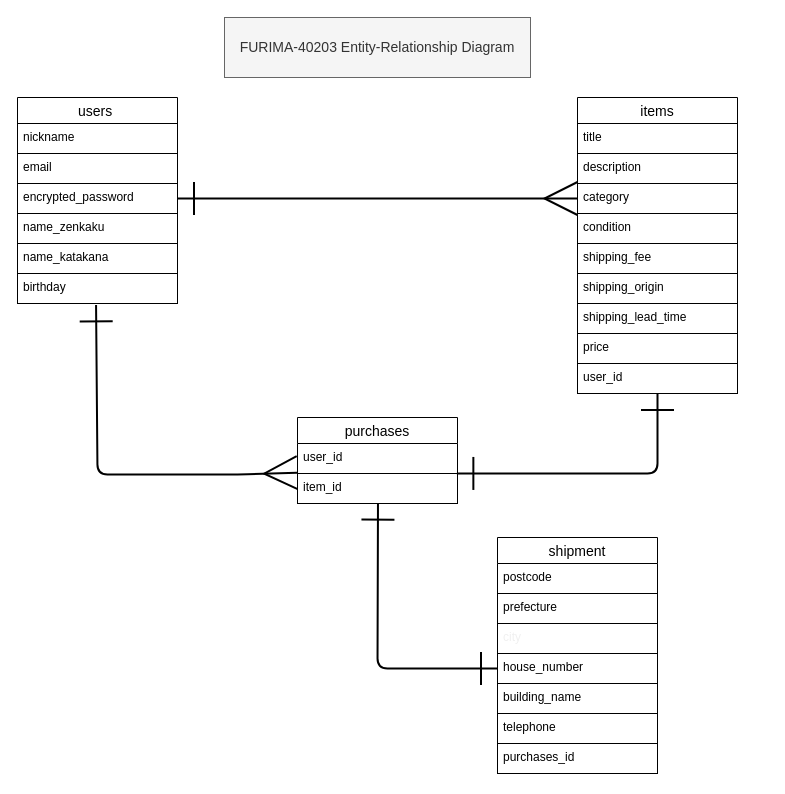
Above: FURIMA-40203.dio in Tatstar2023/furima-40203 (draw.io), before the change. Source tidied: cells renumbered, new cells numbered last; positions are measured from the earlier drawing's top-left corner, leaving out a move shared by most shapes. Both pictures are drawn from the tidied source at 100%, with x=0, y=0 at pixel (17, 17).
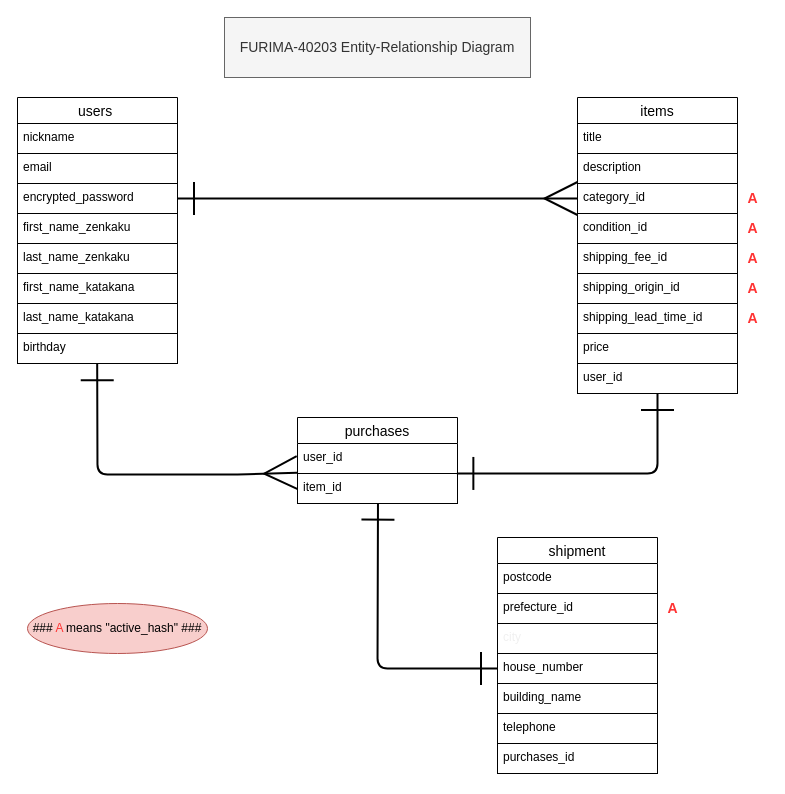
Above is the later version.

Commit message (it also covers changes not shown here):
指摘箇所修正（12/26 20:35）

Unchanged cells that the change refers to:
```xml
<mxCell id="19" value="item_id" style="text;strokeColor=default;fillColor=none;spacingLeft=4;spacingRight=4;overflow=hidden;points=[[0,0.5],[1,0.5]];portConstraint=eastwest;fontSize=12;" parent="1" vertex="1">
  <mxGeometry x="280" y="456" width="160" height="30" as="geometry" />
</mxCell>
```

What changed in the source:
```diff
@@
-    <mxCell id="8" value="name_zenkaku" style="text;strokeColor=default;fillColor=none;spacingLeft=4;spacingRight=4;overflow=hidden;fontSize=12;" parent="1" vertex="1">
+    <mxCell id="8" value="first_name_zenkaku" style="text;strokeColor=default;fillColor=none;spacingLeft=4;spacingRight=4;overflow=hidden;fontSize=12;" parent="1" vertex="1">
       <mxGeometry y="196" width="160" height="30" as="geometry" />
     </mxCell>
-    <mxCell id="9" value="name_katakana" style="text;strokeColor=default;fillColor=none;spacingLeft=4;spacingRight=4;overflow=hidden;fontSize=12;" parent="1" vertex="1">
+    <mxCell id="9" value="last_name_zenkaku" style="text;strokeColor=default;fillColor=none;spacingLeft=4;spacingRight=4;overflow=hidden;fontSize=12;" parent="1" vertex="1">
       <mxGeometry y="226" width="160" height="30" as="geometry" />
     </mxCell>
-    <mxCell id="10" value="birthday" style="text;strokeColor=default;fillColor=none;spacingLeft=4;spacingRight=4;overflow=hidden;points=[[0,0.5],[1,0.5]];portConstraint=eastwest;fontSize=12;" parent="1" vertex="1">
+    <mxCell id="10" value="first_name_katakana" style="text;strokeColor=default;fillColor=none;spacingLeft=4;spacingRight=4;overflow=hidden;points=[[0,0.5],[1,0.5]];portConstraint=eastwest;fontSize=12;" parent="1" vertex="1">
       <mxGeometry y="256" width="160" height="30" as="geometry" />
     </mxCell>
@@
-    <mxCell id="14" value="category" style="text;strokeColor=default;fillColor=none;spacingLeft=4;spacingRight=4;overflow=hidden;fontSize=12;" parent="1" vertex="1">
+    <mxCell id="14" value="category_id" style="text;strokeColor=default;fillColor=none;spacingLeft=4;spacingRight=4;overflow=hidden;fontSize=12;" parent="1" vertex="1">
       <mxGeometry x="560" y="166" width="160" height="30" as="geometry" />
     </mxCell>
-    <mxCell id="15" value="condition" style="text;strokeColor=default;fillColor=none;spacingLeft=4;spacingRight=4;overflow=hidden;fontSize=12;" parent="1" vertex="1">
+    <mxCell id="15" value="condition_id" style="text;strokeColor=default;fillColor=none;spacingLeft=4;spacingRight=4;overflow=hidden;fontSize=12;" parent="1" vertex="1">
       <mxGeometry x="560" y="196" width="160" height="30" as="geometry" />
     </mxCell>
-    <mxCell id="16" value="shipping_fee" style="text;strokeColor=default;fillColor=none;spacingLeft=4;spacingRight=4;overflow=hidden;fontSize=12;" parent="1" vertex="1">
+    <mxCell id="16" value="shipping_fee_id" style="text;strokeColor=default;fillColor=none;spacingLeft=4;spacingRight=4;overflow=hidden;fontSize=12;" parent="1" vertex="1">
       <mxGeometry x="560" y="226" width="160" height="30" as="geometry" />
     </mxCell>
@@
-    <mxCell id="18" value="shipping_origin" style="text;strokeColor=default;fillColor=none;spacingLeft=4;spacingRight=4;overflow=hidden;fontSize=12;" parent="1" vertex="1">
+    <mxCell id="18" value="shipping_origin_id" style="text;strokeColor=default;fillColor=none;spacingLeft=4;spacingRight=4;overflow=hidden;fontSize=12;" parent="1" vertex="1">
       <mxGeometry x="560" y="256" width="160" height="30" as="geometry" />
     </mxCell>
@@
-    <mxCell id="22" style="edgeStyle=none;html=1;strokeWidth=2;fontSize=14;fontColor=#000000;startArrow=ERone;startFill=0;endArrow=ERmany;endFill=0;startSize=30;endSize=30;entryX=-0.002;entryY=-0.026;entryDx=0;entryDy=0;entryPerimeter=0;exitX=0.491;exitY=1.049;exitDx=0;exitDy=0;exitPerimeter=0;" parent="1" edge="1" source="10" target="19">
+    <mxCell id="22" style="edgeStyle=none;html=1;strokeWidth=2;fontSize=14;fontColor=#000000;startArrow=ERone;startFill=0;endArrow=ERmany;endFill=0;startSize=30;endSize=30;entryX=-0.002;entryY=-0.026;entryDx=0;entryDy=0;entryPerimeter=0;exitX=0.498;exitY=1.007;exitDx=0;exitDy=0;exitPerimeter=0;" parent="1" edge="1" source="36" target="19">
       <mxGeometry relative="1" as="geometry">
         <Array as="points">
           <mxPoint x="80" y="457" />
           <mxPoint x="220" y="457" />
         </Array>
       </mxGeometry>
     </mxCell>
@@
-    <mxCell id="25" value="prefecture" style="text;strokeColor=default;fillColor=none;spacingLeft=4;spacingRight=4;overflow=hidden;fontSize=12;" parent="1" vertex="1">
+    <mxCell id="25" value="prefecture_id" style="text;strokeColor=default;fillColor=none;spacingLeft=4;spacingRight=4;overflow=hidden;fontSize=12;" parent="1" vertex="1">
       <mxGeometry x="480" y="576" width="160" height="30" as="geometry" />
     </mxCell>
@@
-    <mxCell id="27" value="shipping_lead_time" style="text;strokeColor=default;fillColor=none;spacingLeft=4;spacingRight=4;overflow=hidden;fontSize=12;" parent="1" vertex="1">
+    <mxCell id="27" value="shipping_lead_time_id" style="text;strokeColor=default;fillColor=none;spacingLeft=4;spacingRight=4;overflow=hidden;fontSize=12;" parent="1" vertex="1">
       <mxGeometry x="560" y="286" width="160" height="30" as="geometry" />
     </mxCell>
@@
+    <mxCell id="35" value="last_name_katakana" style="text;strokeColor=default;fillColor=none;spacingLeft=4;spacingRight=4;overflow=hidden;fontSize=12;" parent="1" vertex="1">
+      <mxGeometry y="286" width="160" height="30" as="geometry" />
+    </mxCell>
+    <mxCell id="36" value="birthday" style="text;strokeColor=default;fillColor=none;spacingLeft=4;spacingRight=4;overflow=hidden;points=[[0,0.5],[1,0.5]];portConstraint=eastwest;fontSize=12;" parent="1" vertex="1">
+      <mxGeometry y="316" width="160" height="30" as="geometry" />
+    </mxCell>
+    <mxCell id="37" value="### &lt;font color=&quot;#ff3333&quot;&gt;A&lt;/font&gt; means &quot;active_hash&quot;&amp;nbsp;###" style="ellipse;whiteSpace=wrap;html=1;strokeColor=#b85450;fontSize=12;fillColor=#f8cecc;fontColor=#000000;" parent="1" vertex="1">
+      <mxGeometry x="10" y="586" width="180" height="50" as="geometry" />
+    </mxCell>
+    <mxCell id="38" value="&lt;font color=&quot;#ff3333&quot; style=&quot;font-size: 14px;&quot;&gt;A&lt;/font&gt;" style="text;html=1;align=center;verticalAlign=middle;strokeColor=none;fillColor=none;fontSize=14;fontColor=#000000;fontStyle=1;" parent="1" vertex="1">
+      <mxGeometry x="720" y="166" width="30" height="30" as="geometry" />
+    </mxCell>
+    <mxCell id="39" value="&lt;font color=&quot;#ff3333&quot; style=&quot;font-size: 14px;&quot;&gt;A&lt;/font&gt;" style="text;html=1;align=center;verticalAlign=middle;strokeColor=none;fillColor=none;fontSize=14;fontColor=#000000;fontStyle=1;" parent="1" vertex="1">
+      <mxGeometry x="720" y="196" width="30" height="30" as="geometry" />
+    </mxCell>
+    <mxCell id="40" value="&lt;font color=&quot;#ff3333&quot; style=&quot;font-size: 14px;&quot;&gt;A&lt;/font&gt;" style="text;html=1;align=center;verticalAlign=middle;strokeColor=none;fillColor=none;fontSize=14;fontColor=#000000;fontStyle=1;" parent="1" vertex="1">
+      <mxGeometry x="720" y="226" width="30" height="30" as="geometry" />
+    </mxCell>
+    <mxCell id="41" value="&lt;font color=&quot;#ff3333&quot; style=&quot;font-size: 14px;&quot;&gt;A&lt;/font&gt;" style="text;html=1;align=center;verticalAlign=middle;strokeColor=none;fillColor=none;fontSize=14;fontColor=#000000;fontStyle=1;" parent="1" vertex="1">
+      <mxGeometry x="720" y="256" width="30" height="30" as="geometry" />
+    </mxCell>
+    <mxCell id="42" value="&lt;font color=&quot;#ff3333&quot; style=&quot;font-size: 14px;&quot;&gt;A&lt;/font&gt;" style="text;html=1;align=center;verticalAlign=middle;strokeColor=none;fillColor=none;fontSize=14;fontColor=#000000;fontStyle=1;" parent="1" vertex="1">
+      <mxGeometry x="720" y="286" width="30" height="30" as="geometry" />
+    </mxCell>
+    <mxCell id="43" value="&lt;font color=&quot;#ff3333&quot; style=&quot;font-size: 14px;&quot;&gt;A&lt;/font&gt;" style="text;html=1;align=center;verticalAlign=middle;strokeColor=none;fillColor=none;fontSize=14;fontColor=#000000;fontStyle=1;" parent="1" vertex="1">
+      <mxGeometry x="640" y="576" width="30" height="30" as="geometry" />
+    </mxCell>
```
